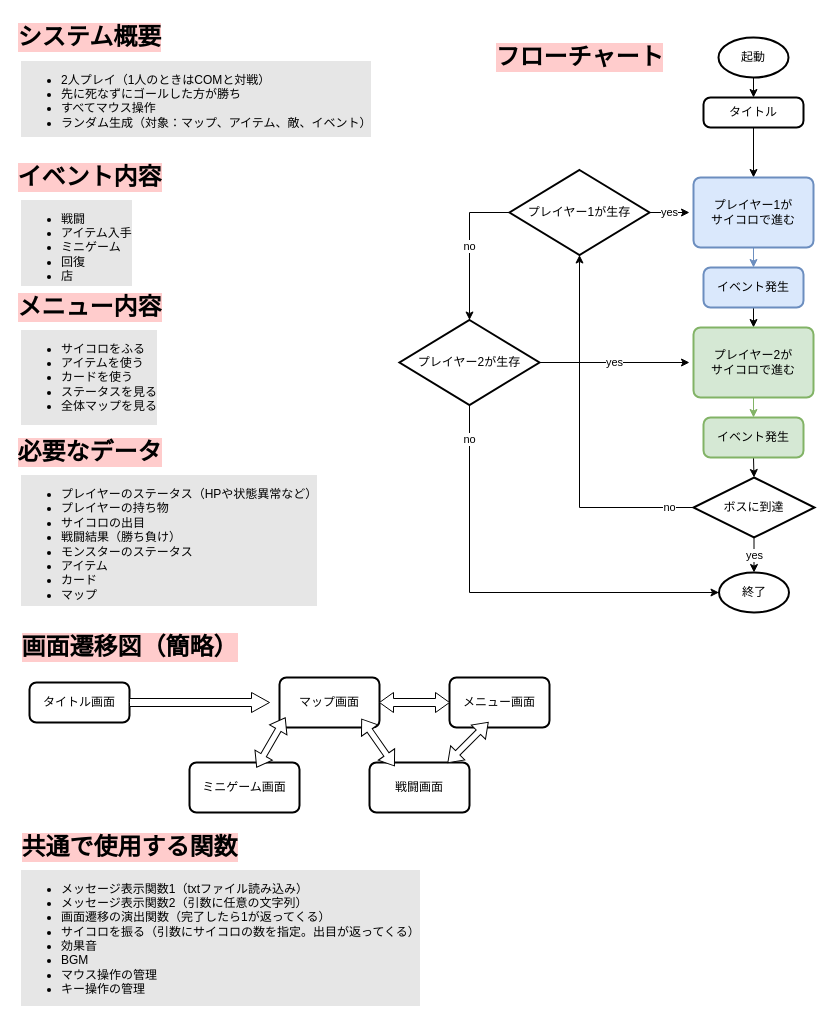
The draw.io diagram page "全体の流れ" (1 of 3) of Architecture.drawio in AK-8420/SugorokuRPG, before the edit. Source tidied: cells renumbered, new cells numbered last; positions are measured from the earlier drawing's top-left corner, leaving out a move shared by most shapes. Both pictures are drawn from the tidied source at 100%, with x=0, y=0 at pixel (19, 17).
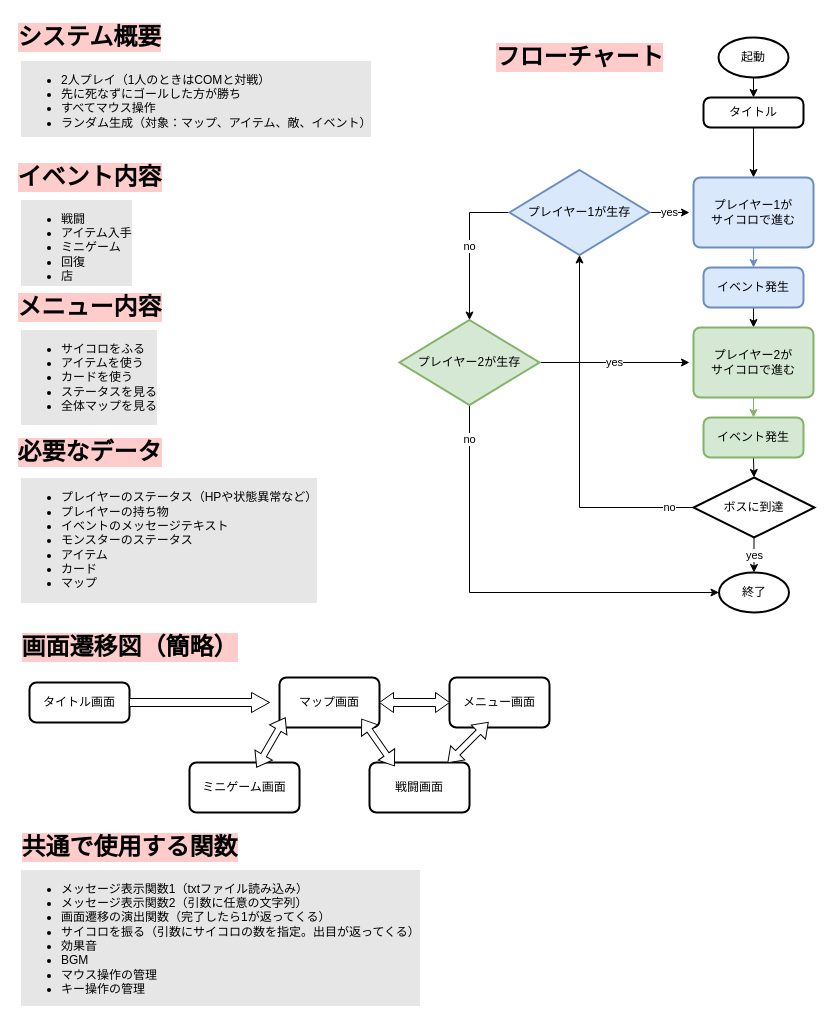
Above is the later version.

What changed in the source:
```diff
@@
-    <mxCell id="20" value="プレイヤー1が生存" style="strokeWidth=2;html=1;shape=mxgraph.flowchart.decision;whiteSpace=wrap;" parent="1" vertex="1">
+    <mxCell id="20" value="プレイヤー1が生存" style="strokeWidth=2;html=1;shape=mxgraph.flowchart.decision;whiteSpace=wrap;fillColor=#dae8fc;strokeColor=#6c8ebf;" parent="1" vertex="1">
       <mxGeometry x="490" y="152.5" width="140" height="85" as="geometry" />
     </mxCell>
@@
-    <mxCell id="23" value="プレイヤー2が生存" style="strokeWidth=2;html=1;shape=mxgraph.flowchart.decision;whiteSpace=wrap;" parent="1" vertex="1">
+    <mxCell id="23" value="プレイヤー2が生存" style="strokeWidth=2;html=1;shape=mxgraph.flowchart.decision;whiteSpace=wrap;fillColor=#d5e8d4;strokeColor=#82b366;" parent="1" vertex="1">
       <mxGeometry x="380" y="302.5" width="140" height="85" as="geometry" />
     </mxCell>
@@
-    <mxCell id="29" value="&lt;ul&gt;&lt;li&gt;プレイヤーのステータス（HPや状態異常など）&lt;br&gt;&lt;/li&gt;&lt;li&gt;プレイヤーの持ち物&lt;/li&gt;&lt;li&gt;サイコロの出目&lt;/li&gt;&lt;li&gt;戦闘結果（勝ち負け）&lt;/li&gt;&lt;li&gt;モンスターのステータス&lt;/li&gt;&lt;li&gt;アイテム&lt;/li&gt;&lt;li&gt;カード&lt;/li&gt;&lt;li&gt;マップ&lt;/li&gt;&lt;/ul&gt;" style="text;html=1;whiteSpace=wrap;verticalAlign=middle;overflow=hidden;labelBackgroundColor=#E6E6E6;" parent="1" vertex="1">
+    <mxCell id="29" value="&lt;ul&gt;&lt;li&gt;プレイヤーのステータス（HPや状態異常など）&lt;br&gt;&lt;/li&gt;&lt;li&gt;プレイヤーの持ち物&lt;/li&gt;&lt;li&gt;イベントのメッセージテキスト&lt;/li&gt;&lt;li&gt;モンスターのステータス&lt;/li&gt;&lt;li&gt;アイテム&lt;/li&gt;&lt;li&gt;カード&lt;/li&gt;&lt;li&gt;マップ&lt;/li&gt;&lt;/ul&gt;" style="text;html=1;whiteSpace=wrap;verticalAlign=middle;overflow=hidden;labelBackgroundColor=#E6E6E6;" parent="1" vertex="1">
       <mxGeometry y="455" width="370" height="135" as="geometry" />
     </mxCell>
```
